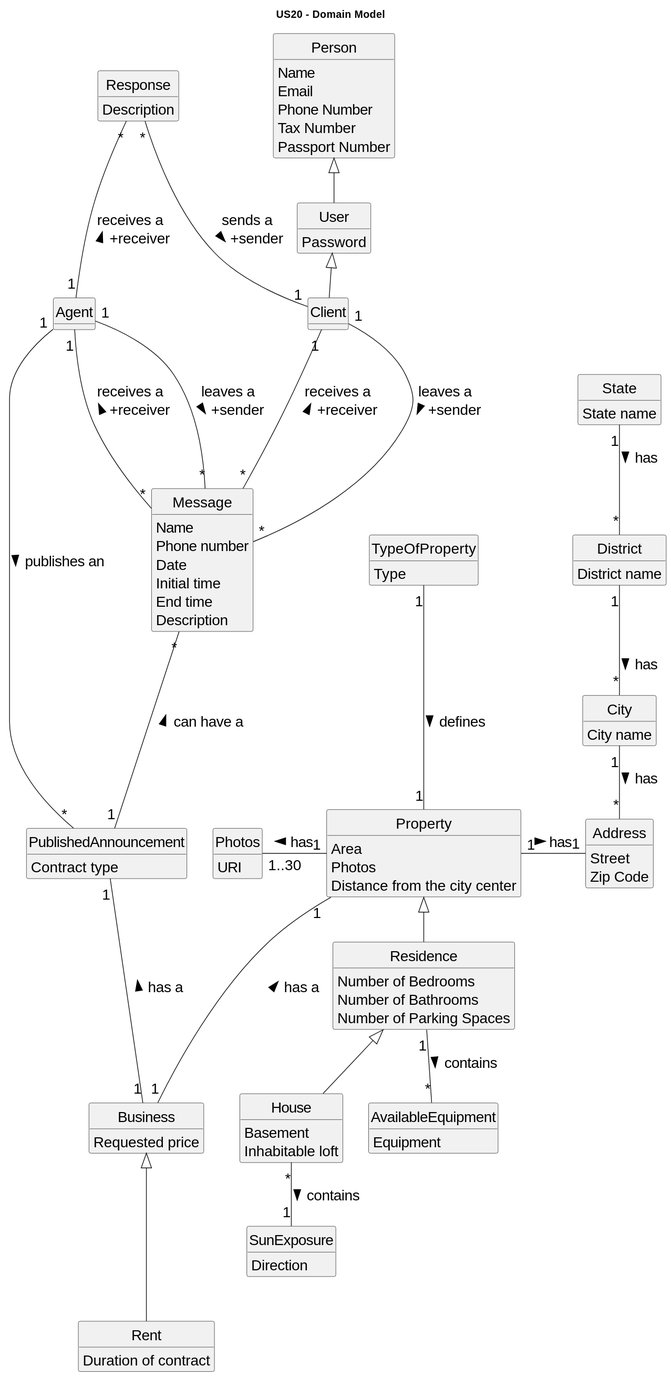
Earlier version of the PlantUML export docs/sprintD/US020/02.analysis/svg/us20-domain-model.svg (PureNimble/ISEP-LAPR2).
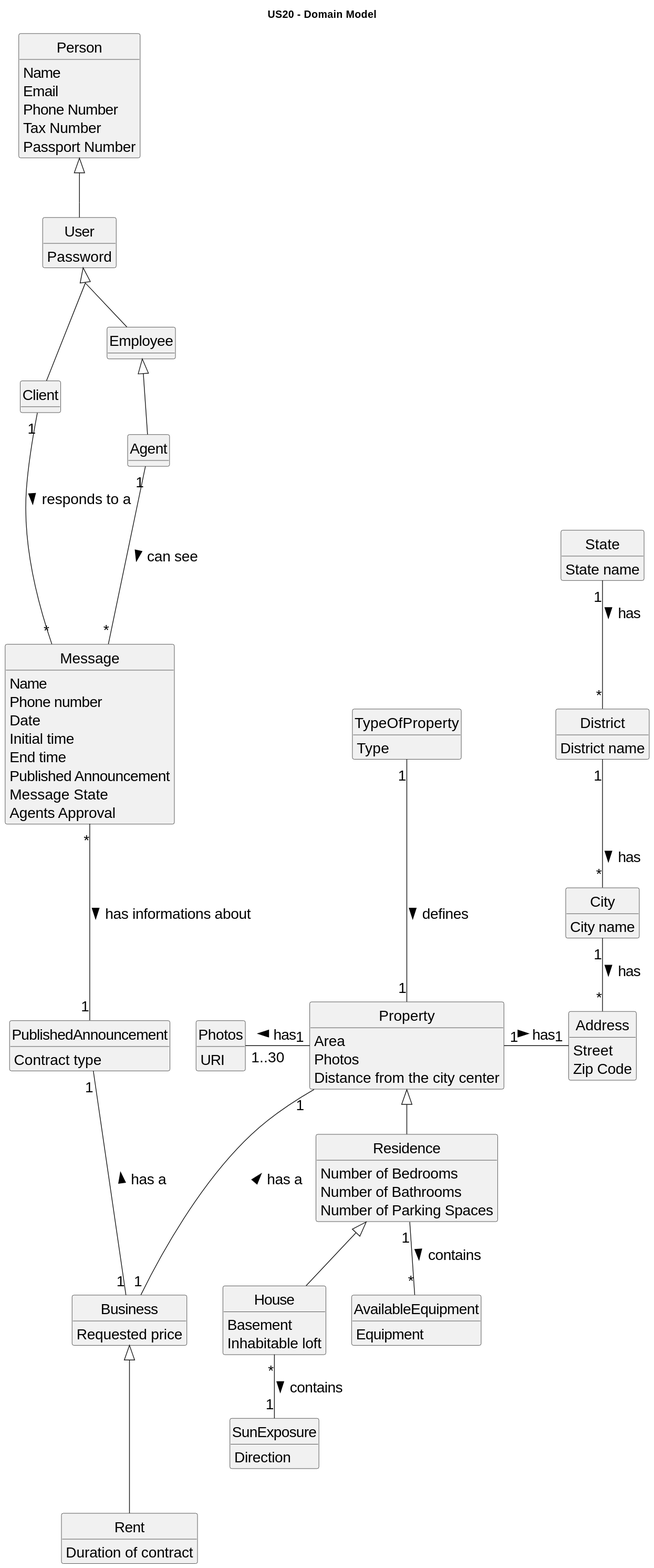
Above is the later version.

Change to the diagram source:
```diff
@@ -96,23 +96,22 @@
     Date
     Initial time
     End time
-    Description
+    Published Announcement
+    Message State
+    Agents Approval
 }
 
 class Agent {
 
 }
 
-class Response {
-    Description
+class Employee {
+
 }
 
-Message "*" --- "1" PublishedAnnouncement: can have a <
-Client "1" --- "*" Message: leaves a \n +sender >
-Agent "1" --- "*" Message: receives a \n +receiver <
-Agent "1" --- "*" Message: leaves a \n +sender >
-Client "1" --- "*" Message: receives a \n +receiver <
-Agent "1" --- "*" PublishedAnnouncement: publishes an >
+Message "*" --- "1" PublishedAnnouncement: has informations about >
+Client "1" -down-- "*" Message: responds to a >
+Agent "1" -down-- "*" Message: can see >
 District "1" -down- "*" City : has >
 State "1" -down- "*" District : has >
 City "1" -down- "*" Address : has >
@@ -125,10 +124,10 @@
 Address "1" -left- "1" Property: has <
 AvailableEquipment "*" -up- "1" Residence: contains <
 TypeOfProperty "1" -down-- "1" Property: defines >
-Client  "1" -up-- "*" Response: sends a \n +sender >
-Agent "1" -up-- "*" Response: receives a \n +receiver <
 
 Business <|--- Rent
 Person <|-- User
 User <|-- Client
+User <|-- Employee
+Employee <|-- Agent
 @enduml
```
